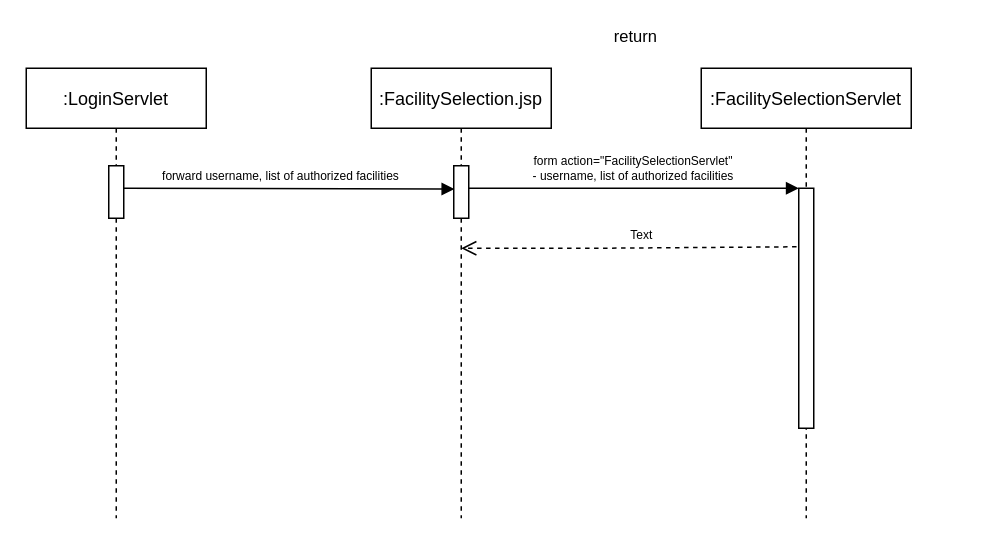
Earlier version of the draw.io diagram diagrams/FacilitySelectionSequence.drawio (empty-works/plain-emrs-no-fw). Source tidied: cells renumbered, new cells numbered last; positions are measured from the earlier drawing's top-left corner, leaving out a move shared by most shapes. Both pictures are drawn from the tidied source at 150%, with x=0, y=0 at pixel (26, 68).
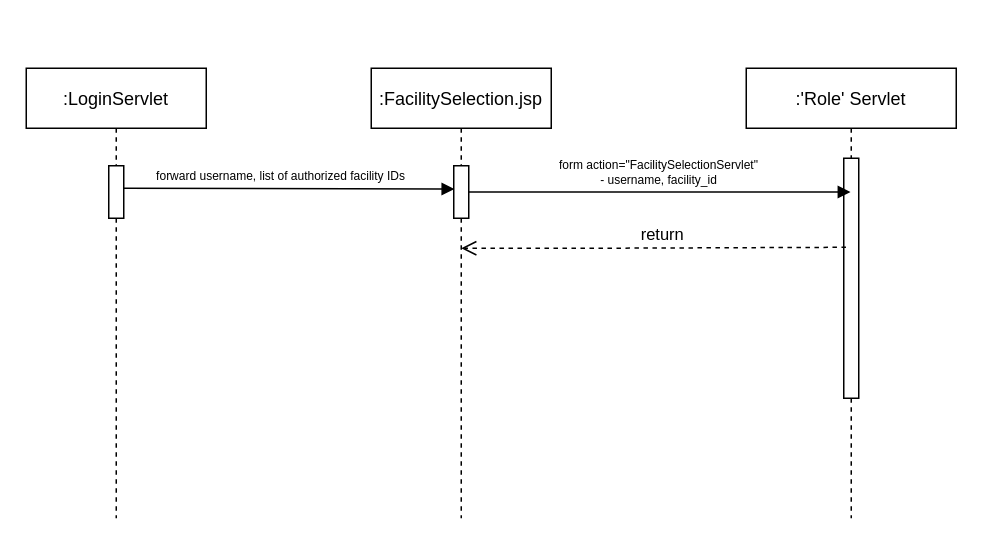
The same diagram, later.

Change to the diagram source:
```diff
@@
 <mxGraphModel>
   <root>
     <mxCell id="0" />
     <mxCell id="1" parent="0" />
     <mxCell id="2" value=":FacilitySelection.jsp" style="shape=umlLifeline;perimeter=lifelinePerimeter;rounded=0;shadow=0;strokeWidth=1;" parent="1" vertex="1">
       <mxGeometry x="230" width="120" height="300" as="geometry" />
     </mxCell>
     <mxCell id="3" style="points=[];perimeter=orthogonalPerimeter;rounded=0;shadow=0;strokeWidth=1;" parent="2" vertex="1">
       <mxGeometry x="55" y="65" width="10" height="35" as="geometry" />
     </mxCell>
-    <mxCell id="4" value=":FacilitySelectionServlet" style="shape=umlLifeline;perimeter=lifelinePerimeter;rounded=0;shadow=0;strokeWidth=1;" parent="1" vertex="1">
-      <mxGeometry x="450" width="140" height="300" as="geometry" />
+    <mxCell id="4" value=":'Role' Servlet" style="shape=umlLifeline;perimeter=lifelinePerimeter;rounded=0;shadow=0;strokeWidth=1;" parent="1" vertex="1">
+      <mxGeometry x="480" width="140" height="300" as="geometry" />
     </mxCell>
     <mxCell id="5" style="points=[];perimeter=orthogonalPerimeter;rounded=0;shadow=0;strokeWidth=1;" parent="4" vertex="1">
-      <mxGeometry x="65" y="80" width="10" height="160" as="geometry" />
+      <mxGeometry x="65" y="60" width="10" height="160" as="geometry" />
     </mxCell>
-    <mxCell id="6" value="return" style="verticalAlign=bottom;endArrow=open;dashed=1;endSize=8;exitX=-0.146;exitY=0.244;shadow=0;strokeWidth=1;exitDx=0;exitDy=0;exitPerimeter=0;entryX=0.5;entryY=0.4;entryDx=0;entryDy=0;entryPerimeter=0;" parent="1" edge="1" source="5" target="2">
-      <mxGeometry x="-0.05" y="-132" relative="1" as="geometry">
+    <mxCell id="6" value="return" style="verticalAlign=bottom;endArrow=open;dashed=1;endSize=8;shadow=0;strokeWidth=1;entryX=0.5;entryY=0.4;entryDx=0;entryDy=0;entryPerimeter=0;exitX=0.148;exitY=0.371;exitDx=0;exitDy=0;exitPerimeter=0;" parent="1" edge="1" source="5" target="2">
+      <mxGeometry x="-0.05" relative="1" as="geometry">
         <Array as="points">
           <mxPoint x="380" y="120" />
         </Array>
       </mxGeometry>
     </mxCell>
-    <mxCell id="7" value="form action=&quot;FacilitySelectionServlet&quot; &#10;- username, list of authorized facilities" style="verticalAlign=bottom;endArrow=block;entryX=0;entryY=0;shadow=0;strokeWidth=1;fontSize=8;" parent="1" edge="1" source="3" target="5">
+    <mxCell id="7" value="form action=&quot;FacilitySelectionServlet&quot; &#10;- username, facility_id" style="verticalAlign=bottom;endArrow=block;shadow=0;strokeWidth=1;fontSize=8;" parent="1" edge="1" source="3" target="4">
       <mxGeometry relative="1" as="geometry" />
     </mxCell>
-    <mxCell id="8" value="&lt;font style=&quot;font-size: 8px;&quot;&gt;Text&lt;/font&gt;" style="text;html=1;align=center;verticalAlign=middle;strokeColor=none;fillColor=none;" parent="1" vertex="1">
-      <mxGeometry x="395" y="100" width="30" height="20" as="geometry" />
-    </mxCell>
     <mxCell id="9" value=":LoginServlet" style="shape=umlLifeline;perimeter=lifelinePerimeter;rounded=0;shadow=0;strokeWidth=1;" parent="1" vertex="1">
       <mxGeometry width="120" height="300" as="geometry" />
     </mxCell>
     <mxCell id="10" style="points=[];perimeter=orthogonalPerimeter;rounded=0;shadow=0;strokeWidth=1;" parent="9" vertex="1">
       <mxGeometry x="55" y="65" width="10" height="35" as="geometry" />
     </mxCell>
-    <mxCell id="11" value="forward username, list of authorized facilities" style="verticalAlign=bottom;endArrow=block;entryX=0.04;entryY=0.443;shadow=0;strokeWidth=1;fontSize=8;entryDx=0;entryDy=0;entryPerimeter=0;exitX=1;exitY=0.429;exitDx=0;exitDy=0;exitPerimeter=0;" parent="1" edge="1" source="10" target="3">
+    <mxCell id="11" value="forward username, list of authorized facility IDs" style="verticalAlign=bottom;endArrow=block;entryX=0.04;entryY=0.443;shadow=0;strokeWidth=1;fontSize=8;entryDx=0;entryDy=0;entryPerimeter=0;exitX=1;exitY=0.429;exitDx=0;exitDy=0;exitPerimeter=0;" parent="1" edge="1" source="10" target="3">
       <mxGeometry x="-0.05" relative="1" as="geometry" />
     </mxCell>
   </root>
 </mxGraphModel>
```
